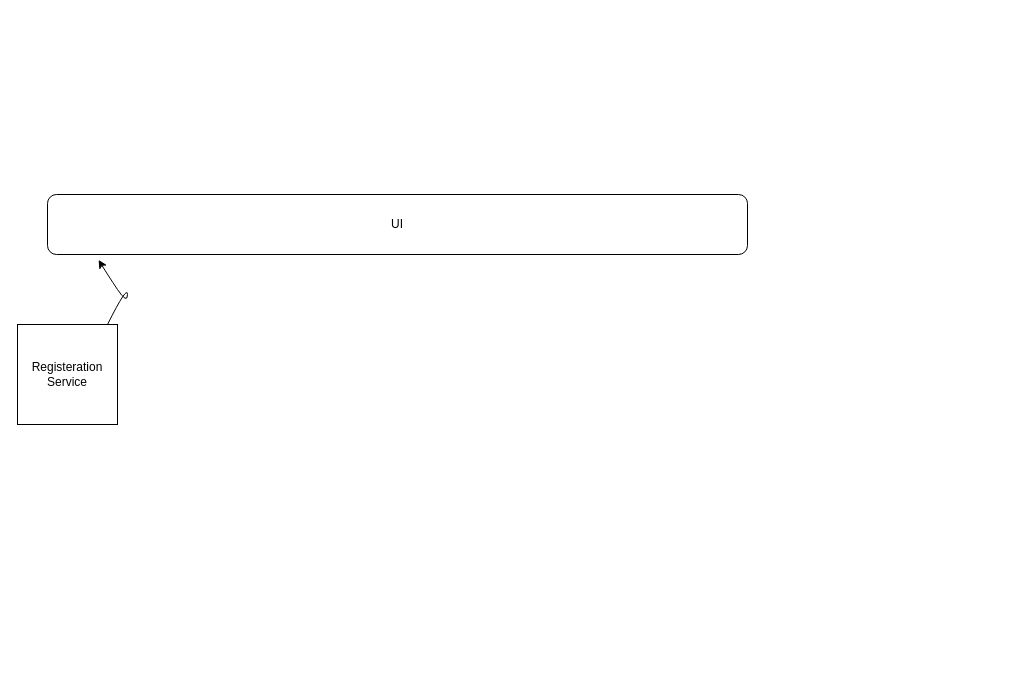
Before: Untitled Diagram.drawio in mohamedhassan-99/mohamedhassan-99, a draw.io diagram. Source tidied: cells renumbered, new cells numbered last; positions are measured from the earlier drawing's top-left corner, leaving out a move shared by most shapes. Both pictures are drawn from the tidied source at 100%, with x=0, y=0 at pixel (17, 194).
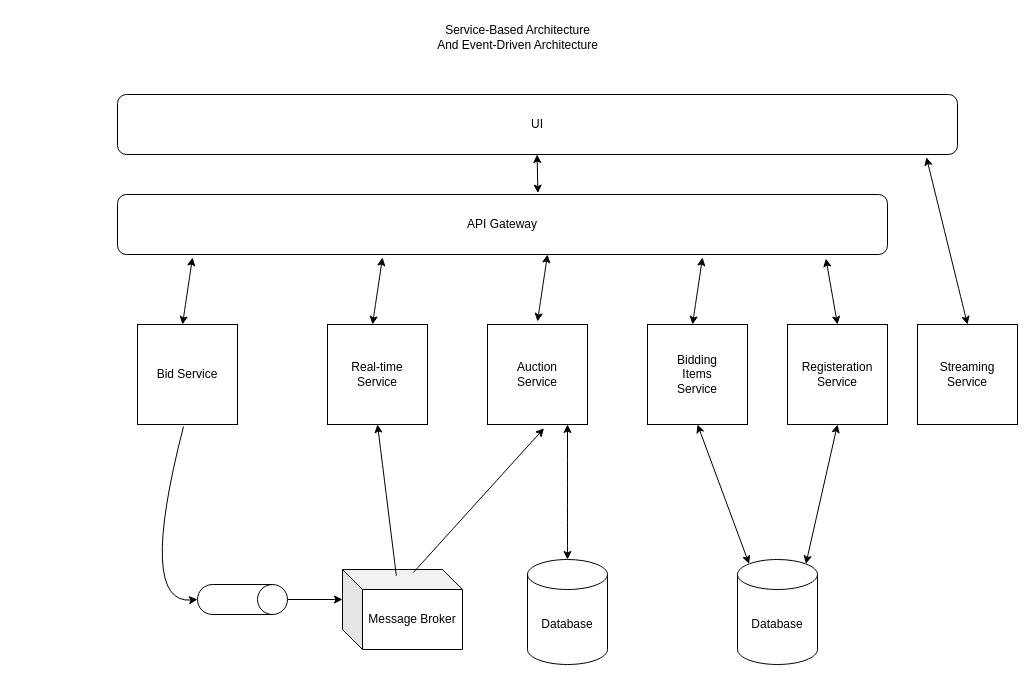
The same page after the edit.

The edit, as a diff of the source:
```diff
@@
-    <mxCell id="2" value="UI" style="rounded=1;whiteSpace=wrap;html=1;" parent="1" vertex="1">
-      <mxGeometry x="30" width="700" height="60" as="geometry" />
+    <mxCell id="2" value="API Gateway" style="rounded=1;whiteSpace=wrap;html=1;" parent="1" vertex="1">
+      <mxGeometry x="100" width="770" height="60" as="geometry" />
     </mxCell>
     <mxCell id="3" value="Registeration&lt;div&gt;Service&lt;/div&gt;" style="whiteSpace=wrap;html=1;" parent="1" vertex="1">
-      <mxGeometry y="130" width="100" height="100" as="geometry" />
+      <mxGeometry x="770" y="130" width="100" height="100" as="geometry" />
     </mxCell>
-    <mxCell id="4" style="curved=1;endArrow=classic;html=1;rounded=0;entryX=0.073;entryY=1.09;entryDx=0;entryDy=0;entryPerimeter=0;" parent="1" edge="1" target="2">
-      <mxGeometry relative="1" as="geometry">
-        <mxPoint x="90" y="130" as="sourcePoint" />
-        <Array as="points">
-          <mxPoint x="110" y="90" />
-          <mxPoint x="110" y="110" />
-          <mxPoint x="90" y="80" />
-        </Array>
-      </mxGeometry>
-    </mxCell>
+    <mxCell id="5" style="curved=1;endArrow=classic;html=1;rounded=0;entryX=0.92;entryY=1.068;entryDx=0;entryDy=0;startArrow=classic;startFill=1;exitX=0.5;exitY=0;exitDx=0;exitDy=0;entryPerimeter=0;" parent="1" edge="1" source="3" target="2">
+      <mxGeometry relative="1" as="geometry" />
+    </mxCell>
+    <mxCell id="6" value="Bid Service" style="whiteSpace=wrap;html=1;" parent="1" vertex="1">
+      <mxGeometry x="120" y="130" width="100" height="100" as="geometry" />
+    </mxCell>
+    <mxCell id="7" value="Auction&lt;div&gt;Service&lt;/div&gt;" style="whiteSpace=wrap;html=1;" parent="1" vertex="1">
+      <mxGeometry x="470" y="130" width="100" height="100" as="geometry" />
+    </mxCell>
+    <mxCell id="8" value="Real-time&lt;div&gt;Service&lt;/div&gt;" style="whiteSpace=wrap;html=1;" parent="1" vertex="1">
+      <mxGeometry x="310" y="130" width="100" height="100" as="geometry" />
+    </mxCell>
+    <mxCell id="9" value="Message Broker" style="shape=cube;whiteSpace=wrap;html=1;boundedLbl=1;backgroundOutline=1;darkOpacity=0.05;darkOpacity2=0.1;" parent="1" vertex="1">
+      <mxGeometry x="325" y="375" width="120" height="80" as="geometry" />
+    </mxCell>
+    <mxCell id="10" style="curved=1;endArrow=classic;html=1;rounded=0;exitX=0.46;exitY=1.021;exitDx=0;exitDy=0;exitPerimeter=0;entryX=0.5;entryY=1;entryDx=0;entryDy=0;entryPerimeter=0;" parent="1" edge="1" source="6" target="11">
+      <mxGeometry relative="1" as="geometry">
+        <Array as="points">
+          <mxPoint x="120" y="410" />
+        </Array>
+      </mxGeometry>
+    </mxCell>
+    <mxCell id="11" style="shape=cylinder3;whiteSpace=wrap;html=1;boundedLbl=1;backgroundOutline=1;size=15;rotation=90;" parent="1" vertex="1">
+      <mxGeometry x="210" y="360" width="30" height="90" as="geometry" />
+    </mxCell>
+    <mxCell id="12" style="endArrow=classic;html=1;rounded=0;entryX=0;entryY=0;entryDx=0;entryDy=30;entryPerimeter=0;" parent="1" edge="1" source="11" target="9">
+      <mxGeometry relative="1" as="geometry" />
+    </mxCell>
+    <mxCell id="13" style="curved=1;endArrow=classic;html=1;rounded=0;entryX=0.5;entryY=1;entryDx=0;entryDy=0;startArrow=none;startFill=0;endFill=1;exitX=0.449;exitY=0.08;exitDx=0;exitDy=0;exitPerimeter=0;" parent="1" edge="1" source="9" target="8">
+      <mxGeometry relative="1" as="geometry" />
+    </mxCell>
+    <mxCell id="14" style="curved=1;endArrow=classic;html=1;rounded=0;entryX=0.565;entryY=1.038;entryDx=0;entryDy=0;entryPerimeter=0;exitX=0.591;exitY=0.037;exitDx=0;exitDy=0;exitPerimeter=0;" parent="1" edge="1" source="9" target="7">
+      <mxGeometry relative="1" as="geometry" />
+    </mxCell>
+    <mxCell id="15" style="endArrow=classic;html=1;rounded=0;entryX=0.5;entryY=1;entryDx=0;entryDy=0;exitX=0.855;exitY=0;exitDx=0;exitDy=4.35;exitPerimeter=0;startArrow=classic;startFill=1;" parent="1" edge="1" source="23" target="3">
+      <mxGeometry relative="1" as="geometry" />
+    </mxCell>
+    <mxCell id="16" value="Database" style="shape=cylinder3;whiteSpace=wrap;html=1;boundedLbl=1;backgroundOutline=1;size=15;" parent="1" vertex="1">
+      <mxGeometry x="510" y="365" width="80" height="105" as="geometry" />
+    </mxCell>
+    <mxCell id="17" style="curved=1;endArrow=classic;html=1;rounded=0;exitX=0.5;exitY=0;exitDx=0;exitDy=0;exitPerimeter=0;startArrow=classic;startFill=1;" parent="1" edge="1" source="16">
+      <mxGeometry relative="1" as="geometry">
+        <mxPoint x="550" y="230" as="targetPoint" />
+      </mxGeometry>
+    </mxCell>
+    <mxCell id="18" style="curved=1;endArrow=classic;html=1;rounded=0;entryX=0.043;entryY=1.053;entryDx=0;entryDy=0;entryPerimeter=0;startArrow=classic;startFill=1;exitX=0.5;exitY=0;exitDx=0;exitDy=0;" parent="1" edge="1">
+      <mxGeometry relative="1" as="geometry">
+        <mxPoint x="165" y="130" as="sourcePoint" />
+        <mxPoint x="175" y="63" as="targetPoint" />
+      </mxGeometry>
+    </mxCell>
+    <mxCell id="19" style="curved=1;endArrow=classic;html=1;rounded=0;entryX=0.043;entryY=1.053;entryDx=0;entryDy=0;entryPerimeter=0;startArrow=classic;startFill=1;exitX=0.5;exitY=0;exitDx=0;exitDy=0;" parent="1" edge="1">
+      <mxGeometry relative="1" as="geometry">
+        <mxPoint x="355" y="130" as="sourcePoint" />
+        <mxPoint x="365" y="63" as="targetPoint" />
+      </mxGeometry>
+    </mxCell>
+    <mxCell id="20" style="curved=1;endArrow=classic;html=1;rounded=0;entryX=0.043;entryY=1.053;entryDx=0;entryDy=0;entryPerimeter=0;startArrow=classic;startFill=1;exitX=0.5;exitY=0;exitDx=0;exitDy=0;" parent="1" edge="1">
+      <mxGeometry relative="1" as="geometry">
+        <mxPoint x="520" y="127" as="sourcePoint" />
+        <mxPoint x="530" y="60" as="targetPoint" />
+      </mxGeometry>
+    </mxCell>
+    <mxCell id="21" value="Bidding&lt;div&gt;Items&lt;/div&gt;&lt;div&gt;Service&lt;/div&gt;" style="whiteSpace=wrap;html=1;" parent="1" vertex="1">
+      <mxGeometry x="630" y="130" width="100" height="100" as="geometry" />
+    </mxCell>
+    <mxCell id="22" style="curved=1;endArrow=classic;html=1;rounded=0;entryX=0.043;entryY=1.053;entryDx=0;entryDy=0;entryPerimeter=0;startArrow=classic;startFill=1;exitX=0.5;exitY=0;exitDx=0;exitDy=0;" parent="1" edge="1">
+      <mxGeometry relative="1" as="geometry">
+        <mxPoint x="675" y="130" as="sourcePoint" />
+        <mxPoint x="685" y="63" as="targetPoint" />
+      </mxGeometry>
+    </mxCell>
+    <mxCell id="23" value="Database" style="shape=cylinder3;whiteSpace=wrap;html=1;boundedLbl=1;backgroundOutline=1;size=15;" parent="1" vertex="1">
+      <mxGeometry x="720" y="365" width="80" height="105" as="geometry" />
+    </mxCell>
+    <mxCell id="24" style="endArrow=classic;startArrow=classic;html=1;rounded=0;entryX=0.5;entryY=1;entryDx=0;entryDy=0;exitX=0.145;exitY=0;exitDx=0;exitDy=4.35;exitPerimeter=0;" parent="1" edge="1" source="23" target="21">
+      <mxGeometry relative="1" as="geometry" />
+    </mxCell>
+    <mxCell id="25" value="Streaming&lt;div&gt;Service&lt;/div&gt;" style="whiteSpace=wrap;html=1;" parent="1" vertex="1">
+      <mxGeometry x="900" y="130" width="100" height="100" as="geometry" />
+    </mxCell>
+    <mxCell id="26" style="curved=1;endArrow=classic;html=1;rounded=0;entryX=0.963;entryY=1.046;entryDx=0;entryDy=0;startArrow=classic;startFill=1;exitX=0.5;exitY=0;exitDx=0;exitDy=0;entryPerimeter=0;" parent="1" edge="1" source="25" target="27">
+      <mxGeometry relative="1" as="geometry" />
+    </mxCell>
+    <mxCell id="27" value="UI" style="rounded=1;whiteSpace=wrap;html=1;" parent="1" vertex="1">
+      <mxGeometry x="100" y="-100" width="840" height="60" as="geometry" />
+    </mxCell>
+    <mxCell id="28" style="endArrow=classic;startArrow=classic;html=1;rounded=0;entryX=0.477;entryY=0.983;entryDx=0;entryDy=0;entryPerimeter=0;exitX=0.478;exitY=-0.041;exitDx=0;exitDy=0;exitPerimeter=0;" parent="1" edge="1">
+      <mxGeometry relative="1" as="geometry">
+        <mxPoint x="520.4" y="-1.4" as="sourcePoint" />
+        <mxPoint x="519.6" y="-40" as="targetPoint" />
+      </mxGeometry>
+    </mxCell>
+    <mxCell id="29" value="Service-Based Architecture&lt;div&gt;And Event-Driven Architecture&lt;/div&gt;" style="text;html=1;align=center;verticalAlign=middle;strokeColor=none;fillColor=none;" parent="1" vertex="1">
+      <mxGeometry x="410" y="-177" width="180" height="40" as="geometry" />
+    </mxCell>
```
